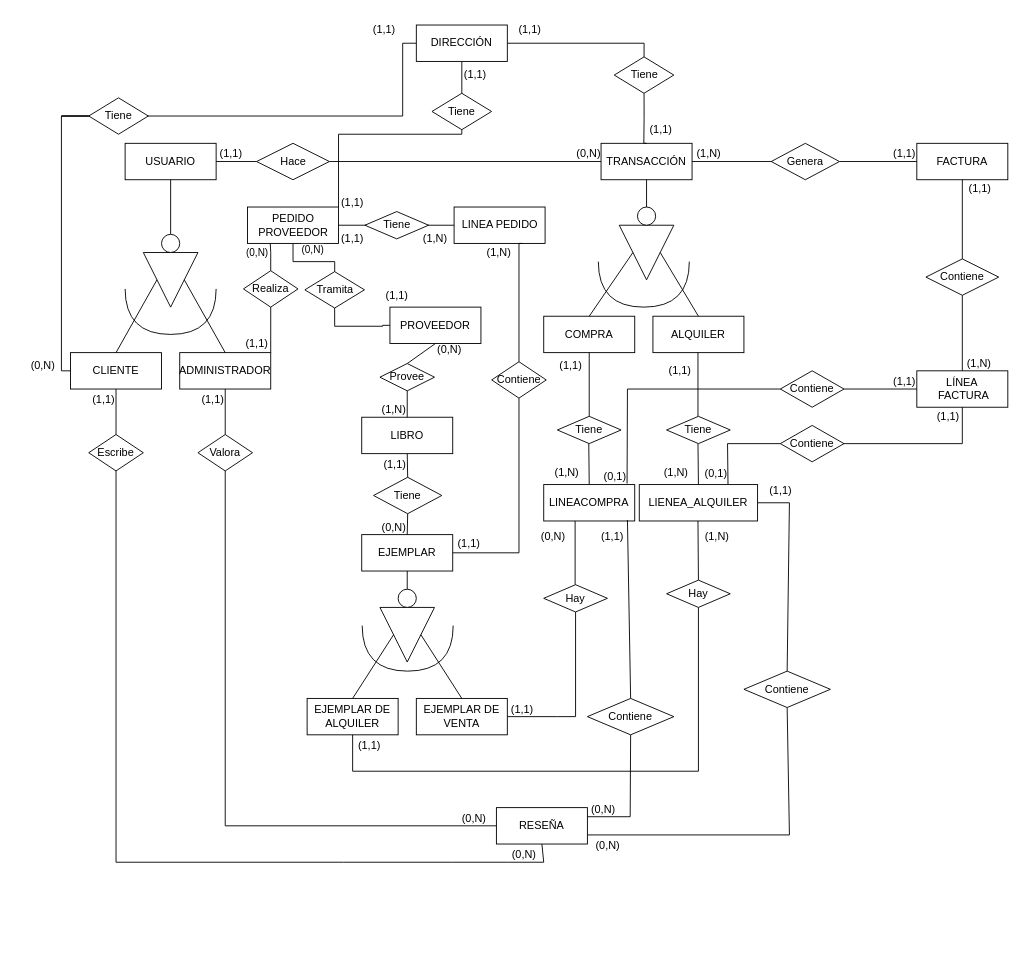
Earlier version of the draw.io diagram Diagrama sin título.drawio (ImAlex28/draw.io). Source tidied: cells renumbered, new cells numbered last; positions are measured from the earlier drawing's top-left corner, leaving out a move shared by most shapes. Both pictures are drawn from the tidied source at 91%, with x=0, y=0 at pixel (15, 15).
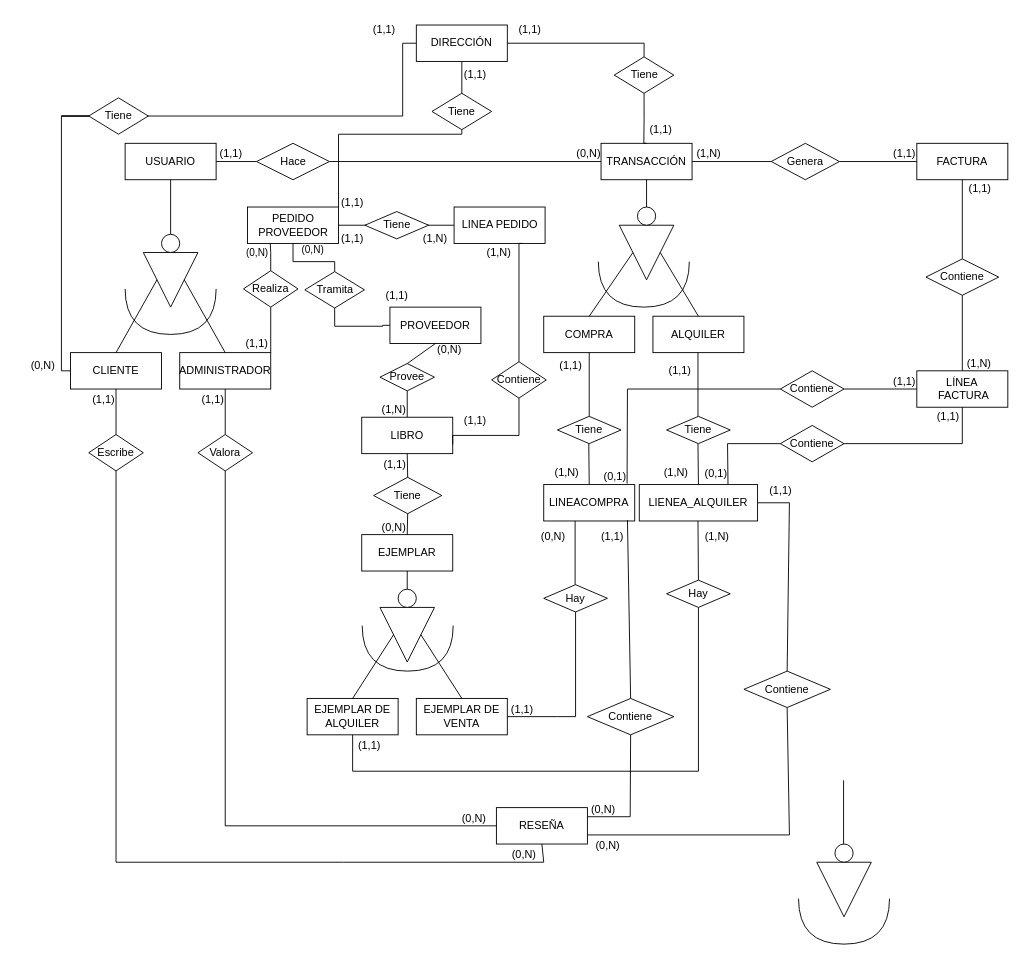
After the change.

The change refers to these unchanged cells:
```xml
<mxCell id="2" value="LIBRO" style="whiteSpace=wrap;html=1;align=center;" parent="1" vertex="1">
  <mxGeometry x="380" y="441" width="100" height="40" as="geometry" />
</mxCell>
<mxCell id="3" value="EJEMPLAR" style="whiteSpace=wrap;html=1;align=center;" parent="1" vertex="1">
  <mxGeometry x="380" y="570" width="100" height="40" as="geometry" />
</mxCell>
<mxCell id="139" value="Contiene" style="shape=rhombus;perimeter=rhombusPerimeter;whiteSpace=wrap;html=1;align=center;" parent="1" vertex="1">
  <mxGeometry x="522.8" y="380" width="60" height="40" as="geometry" />
</mxCell>
```

Change to the diagram source:
```diff
@@
-    <mxCell id="70" style="edgeStyle=orthogonalEdgeStyle;rounded=0;jettySize=auto;html=1;exitX=0.5;exitY=1;exitDx=0;exitDy=0;entryX=1;entryY=0.5;entryDx=0;entryDy=0;endArrow=none;startFill=0;" parent="1" edge="1" source="139" target="3">
-      <mxGeometry relative="1" as="geometry" />
+    <mxCell id="70" style="edgeStyle=orthogonalEdgeStyle;rounded=0;jettySize=auto;html=1;exitX=0.5;exitY=1;exitDx=0;exitDy=0;entryX=1;entryY=0.75;entryDx=0;entryDy=0;endArrow=none;startFill=0;" parent="1" edge="1" source="139" target="2">
+      <mxGeometry relative="1" as="geometry">
+        <Array as="points">
+          <mxPoint x="553" y="461" />
+          <mxPoint x="480" y="461" />
+        </Array>
+      </mxGeometry>
     </mxCell>
@@
     <mxCell id="75" value="(1,1&lt;span style=&quot;background-color: transparent; color: light-dark(rgb(0, 0, 0), rgb(255, 255, 255));&quot;&gt;)&lt;/span&gt;" style="text;html=1;align=center;verticalAlign=middle;whiteSpace=wrap;rounded=0;" parent="1" vertex="1">
-      <mxGeometry x="468" y="565" width="60" height="30" as="geometry" />
+      <mxGeometry x="475" y="430" width="60" height="30" as="geometry" />
     </mxCell>
@@
+    <mxCell id="147" style="triangle;whiteSpace=wrap;html=1;rotation=90;direction=east;" parent="1" vertex="1">
+      <mxGeometry x="880" y="930" width="60" height="60" as="geometry" />
+    </mxCell>
+    <mxCell id="148" style="endArrow=none;html=1;rounded=0;" parent="1" edge="1">
+      <mxGeometry relative="1" as="geometry">
+        <mxPoint x="909.5" y="910" as="sourcePoint" />
+        <mxPoint x="909.5" y="840" as="targetPoint" />
+      </mxGeometry>
+    </mxCell>
+    <mxCell id="149" style="ellipse;whiteSpace=wrap;html=1;direction=east;" parent="1" vertex="1">
+      <mxGeometry x="900" y="910" width="20" height="20" as="geometry" />
+    </mxCell>
+    <mxCell id="150" style="endArrow=none;html=1;rounded=0;edgeStyle=orthogonalEdgeStyle;curved=1;" parent="1" edge="1">
+      <mxGeometry relative="1" as="geometry">
+        <mxPoint x="860" y="970" as="sourcePoint" />
+        <mxPoint x="960" y="970" as="targetPoint" />
+        <Array as="points">
+          <mxPoint x="860" y="1020" />
+          <mxPoint x="960" y="1020" />
+        </Array>
+      </mxGeometry>
+    </mxCell>
```
